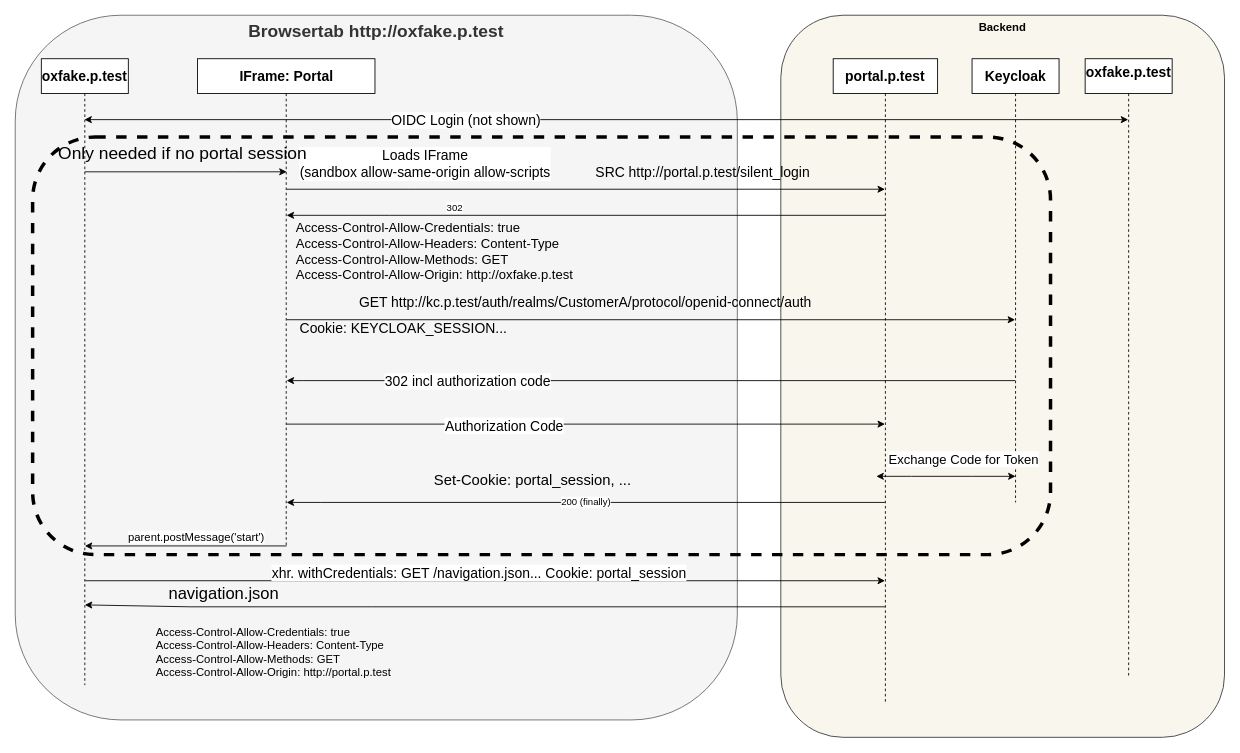
The draw.io diagram docs/images/PortalCentralNavigation.drawio in univention/intercom-service, before the edit. Source tidied: cells renumbered, new cells numbered last; positions are measured from the earlier drawing's top-left corner, leaving out a move shared by most shapes. Both pictures are drawn from the tidied source at 87%, with x=0, y=0 at pixel (15, 15).
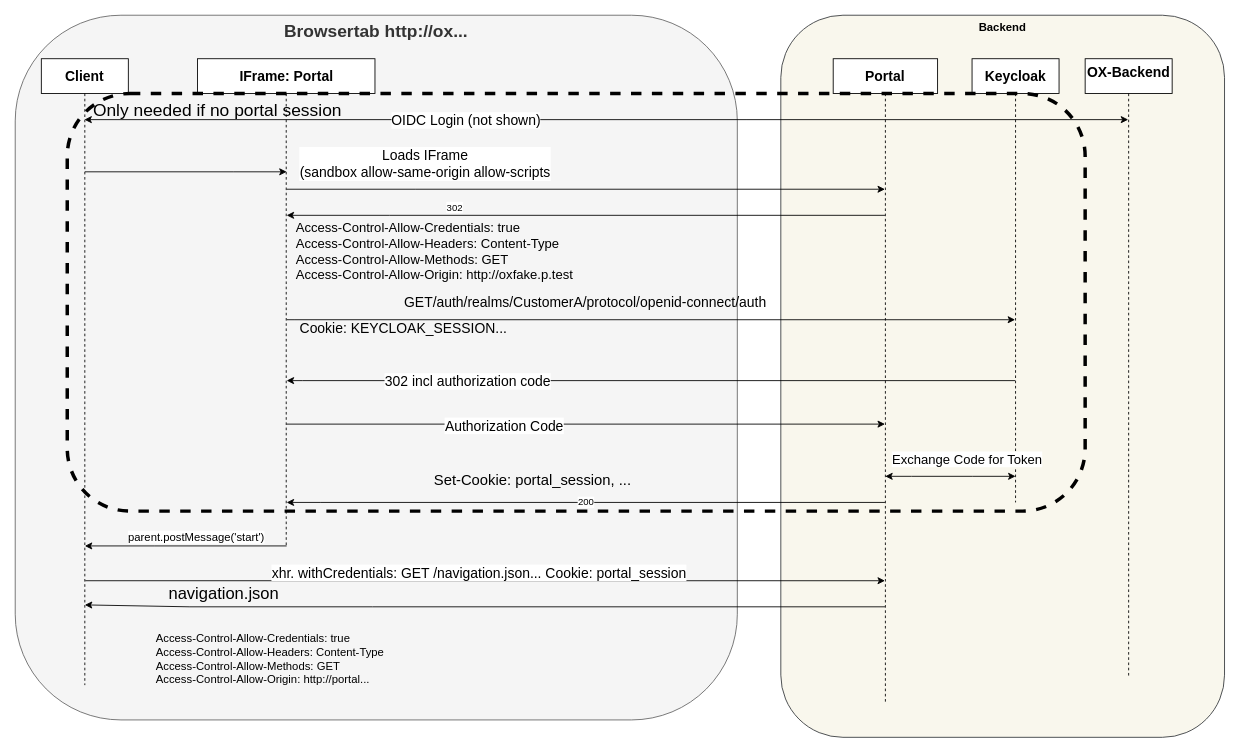
Above is the later version.

Diff of the diagram source:
```diff
@@
-    <mxCell id="3" value="&lt;font size=&quot;1&quot;&gt;&lt;b style=&quot;font-size: 20px&quot;&gt;Browsertab http://oxfake.p.test&lt;/b&gt;&lt;/font&gt;" style="rounded=1;whiteSpace=wrap;html=1;align=center;fillColor=#f5f5f5;fontColor=#333333;strokeColor=#666666;verticalAlign=top;" parent="1" vertex="1">
+    <mxCell id="3" value="&lt;font size=&quot;1&quot;&gt;&lt;b style=&quot;font-size: 20px&quot;&gt;Browsertab http://ox...&lt;/b&gt;&lt;/font&gt;" style="rounded=1;whiteSpace=wrap;html=1;align=center;fillColor=#f5f5f5;fontColor=#333333;strokeColor=#666666;verticalAlign=top;" parent="1" vertex="1">
       <mxGeometry width="830" height="810" as="geometry" />
     </mxCell>
@@
-    <mxCell id="6" value="oxfake.p.test" style="shape=umlLifeline;perimeter=lifelinePerimeter;whiteSpace=wrap;html=1;outlineConnect=0;fontSize=16;fontStyle=1;" parent="1" vertex="1">
+    <mxCell id="6" value="Client" style="shape=umlLifeline;perimeter=lifelinePerimeter;whiteSpace=wrap;html=1;outlineConnect=0;fontSize=16;fontStyle=1;" parent="1" vertex="1">
       <mxGeometry x="30" y="50" width="100" height="720" as="geometry" />
     </mxCell>
@@
-    <mxCell id="13" value="portal.p.test" style="shape=umlLifeline;perimeter=lifelinePerimeter;whiteSpace=wrap;html=1;outlineConnect=0;size=40;fontSize=16;fontStyle=1;" parent="1" vertex="1">
+    <mxCell id="13" value="Portal" style="shape=umlLifeline;perimeter=lifelinePerimeter;whiteSpace=wrap;html=1;outlineConnect=0;size=40;fontSize=16;fontStyle=1;" parent="1" vertex="1">
       <mxGeometry x="940.2" y="50" width="120" height="740" as="geometry" />
     </mxCell>
@@
-    <mxCell id="17" value="SRC http://portal.p.test/silent_login" style="text;html=1;align=center;verticalAlign=middle;strokeColor=none;fillColor=none;fontSize=16;" parent="1" vertex="1">
-      <mxGeometry x="660" y="170" width="260" height="20" as="geometry" />
-    </mxCell>
@@
     <mxCell id="23" value="&lt;font style=&quot;font-size: 15px&quot;&gt;Exchange Code for Token&lt;/font&gt;" style="endArrow=classic;startArrow=classic;html=1;rounded=0;" parent="1" edge="1">
       <mxGeometry x="0.25" y="20" relative="1" as="geometry">
-        <mxPoint x="989.8" y="530" as="sourcePoint" />
+        <mxPoint x="1000" y="530" as="sourcePoint" />
         <mxPoint x="1149.8" y="530" as="targetPoint" />
         <Array as="points">
           <mxPoint x="1030.2" y="530" />
           <mxPoint x="1100" y="530" />
         </Array>
       </mxGeometry>
     </mxCell>
-    <mxCell id="24" value="200 (finally)" style="edgeStyle=none;rounded=0;jettySize=auto;html=1;" parent="1" edge="1" source="13">
+    <mxCell id="24" value="200" style="edgeStyle=none;rounded=0;jettySize=auto;html=1;" parent="1" edge="1" source="13">
       <mxGeometry relative="1" as="geometry">
         <mxPoint x="312" y="560" as="targetPoint" />
         <Array as="points">
           <mxPoint x="350.5" y="560" />
         </Array>
       </mxGeometry>
     </mxCell>
@@
-    <mxCell id="28" value="&lt;div style=&quot;font-size: 13px&quot;&gt;Access-Control-Allow-Credentials: true&lt;/div&gt;&lt;div style=&quot;font-size: 13px&quot;&gt;Access-Control-Allow-Headers: Content-Type&lt;/div&gt;&lt;div style=&quot;font-size: 13px&quot;&gt;Access-Control-Allow-Methods: GET&lt;/div&gt;&lt;div style=&quot;font-size: 13px&quot;&gt;Access-Control-Allow-Origin: http://portal.p.test&lt;/div&gt;&lt;div style=&quot;font-size: 13px&quot;&gt;&lt;br&gt;&lt;/div&gt;" style="text;html=1;strokeColor=none;fillColor=none;align=left;verticalAlign=middle;whiteSpace=wrap;rounded=0;fontSize=13;" parent="1" vertex="1">
+    <mxCell id="28" value="&lt;div style=&quot;font-size: 13px&quot;&gt;Access-Control-Allow-Credentials: true&lt;/div&gt;&lt;div style=&quot;font-size: 13px&quot;&gt;Access-Control-Allow-Headers: Content-Type&lt;/div&gt;&lt;div style=&quot;font-size: 13px&quot;&gt;Access-Control-Allow-Methods: GET&lt;/div&gt;&lt;div style=&quot;font-size: 13px&quot;&gt;Access-Control-Allow-Origin: http://portal...&lt;/div&gt;" style="text;html=1;strokeColor=none;fillColor=none;align=left;verticalAlign=middle;whiteSpace=wrap;rounded=0;fontSize=13;" parent="1" vertex="1">
       <mxGeometry x="160" y="720" width="350" height="40" as="geometry" />
     </mxCell>
-    <mxCell id="29" value="&lt;font style=&quot;font-size: 16px;&quot;&gt;oxfake.p.test&lt;/font&gt;" style="shape=umlLifeline;perimeter=lifelinePerimeter;whiteSpace=wrap;html=1;outlineConnect=0;fontSize=16;align=center;verticalAlign=top;fontStyle=1;" parent="1" vertex="1">
+    <mxCell id="29" value="&lt;font style=&quot;font-size: 16px;&quot;&gt;OX-Backend&lt;/font&gt;" style="shape=umlLifeline;perimeter=lifelinePerimeter;whiteSpace=wrap;html=1;outlineConnect=0;fontSize=16;align=center;verticalAlign=top;fontStyle=1;" parent="1" vertex="1">
       <mxGeometry x="1229.8" y="50" width="100" height="710" as="geometry" />
     </mxCell>
@@
-    <mxCell id="33" value="&lt;font style=&quot;font-size: 16px&quot;&gt;GET http://kc.p.test/auth/realms/CustomerA/protocol/openid-connect/auth&lt;/font&gt;" style="text;html=1;align=center;verticalAlign=middle;strokeColor=none;fillColor=none;" parent="1" vertex="1">
-      <mxGeometry x="390" y="320" width="530" height="20" as="geometry" />
+    <mxCell id="33" value="&lt;font style=&quot;font-size: 16px&quot;&gt;GET/auth/realms/CustomerA/protocol/openid-connect/auth&lt;/font&gt;" style="text;html=1;align=center;verticalAlign=middle;strokeColor=none;fillColor=none;" parent="1" vertex="1">
+      <mxGeometry x="435" y="315" width="440" height="30" as="geometry" />
     </mxCell>
     <mxCell id="34" value="&lt;font style=&quot;font-size: 20px&quot;&gt;&amp;nbsp; &amp;nbsp; &amp;nbsp;Only needed if no portal session&lt;/font&gt;" style="rounded=1;whiteSpace=wrap;html=1;fillColor=none;dashed=1;strokeWidth=4;align=left;verticalAlign=top;" parent="1" vertex="1">
-      <mxGeometry x="20" y="140" width="1170" height="480" as="geometry" />
+      <mxGeometry x="59.8" y="90" width="1170" height="480" as="geometry" />
     </mxCell>
```
